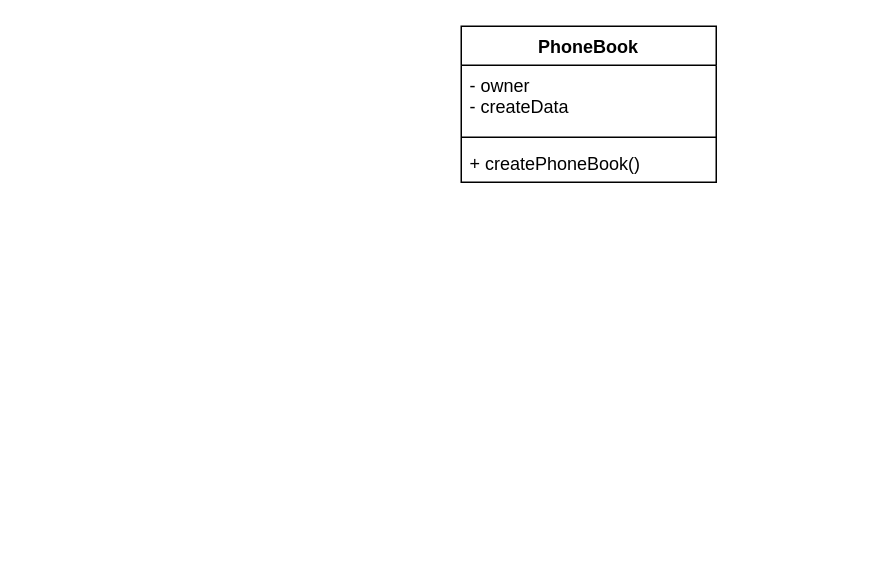
This is Untitled Diagram.drawio from 1067147135/draw, a draw.io file, before an edit. Source tidied: cells renumbered, new cells numbered last; positions are measured from the earlier drawing's top-left corner, leaving out a move shared by most shapes. Both pictures are drawn from the tidied source at 150%, with x=0, y=0 at pixel (460, 26).
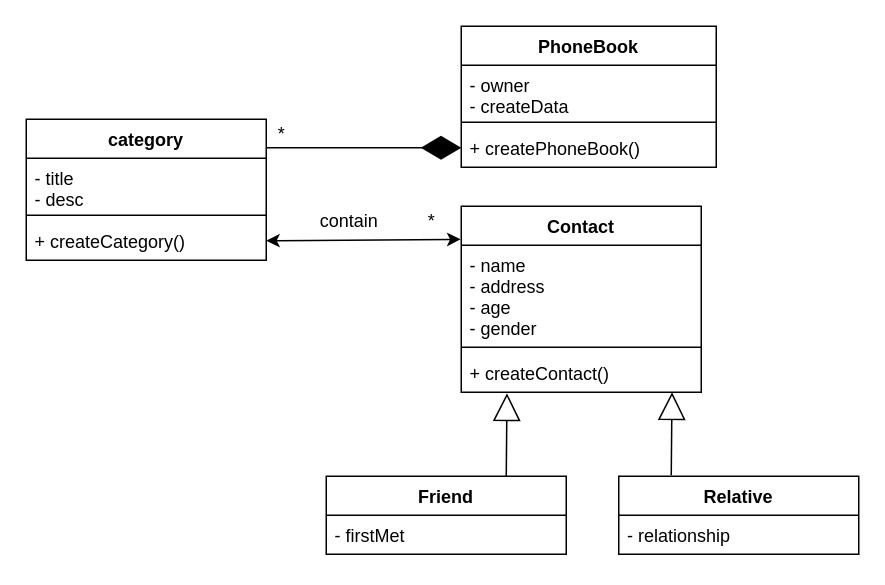
The same page after the edit.

Diff of the diagram source:
```diff
@@
     <mxCell id="2" value="PhoneBook" style="swimlane;fontStyle=1;align=center;verticalAlign=top;horizontal=1;startSize=26;" parent="1" vertex="1">
-      <mxGeometry width="170" height="104" as="geometry" />
+      <mxGeometry width="170" height="94" as="geometry" />
     </mxCell>
     <mxCell id="3" value="- owner&#10;- createData" style="text;strokeColor=none;fillColor=none;align=left;verticalAlign=top;spacingLeft=4;spacingRight=4;overflow=hidden;" parent="2" vertex="1">
-      <mxGeometry y="26" width="170" height="44" as="geometry" />
+      <mxGeometry y="26" width="170" height="34" as="geometry" />
     </mxCell>
     <mxCell id="4" style="line;strokeWidth=1;fillColor=none;align=left;verticalAlign=middle;spacingTop=-1;spacingLeft=3;spacingRight=3;labelPosition=right;" parent="2" vertex="1">
-      <mxGeometry y="70" width="170" height="8" as="geometry" />
+      <mxGeometry y="60" width="170" height="8" as="geometry" />
     </mxCell>
     <mxCell id="5" value="+ createPhoneBook()" style="text;strokeColor=none;fillColor=none;align=left;verticalAlign=top;spacingLeft=4;spacingRight=4;overflow=hidden;points=[[0,0.5],[1,0.5]];portConstraint=eastwest;" parent="2" vertex="1">
-      <mxGeometry y="78" width="170" height="26" as="geometry" />
+      <mxGeometry y="68" width="170" height="26" as="geometry" />
     </mxCell>
+    <mxCell id="6" value="category" style="swimlane;fontStyle=1;align=center;verticalAlign=top;horizontal=1;startSize=26;" parent="1" vertex="1">
+      <mxGeometry x="-290" y="62" width="160" height="94" as="geometry" />
+    </mxCell>
+    <mxCell id="7" value="- title&#10;- desc" style="text;strokeColor=none;fillColor=none;align=left;verticalAlign=top;spacingLeft=4;spacingRight=4;overflow=hidden;" parent="6" vertex="1">
+      <mxGeometry y="26" width="160" height="34" as="geometry" />
+    </mxCell>
+    <mxCell id="8" style="line;strokeWidth=1;fillColor=none;align=left;verticalAlign=middle;spacingTop=-1;spacingLeft=3;spacingRight=3;labelPosition=right;" parent="6" vertex="1">
+      <mxGeometry y="60" width="160" height="8" as="geometry" />
+    </mxCell>
+    <mxCell id="9" value="+ createCategory()" style="text;strokeColor=none;fillColor=none;align=left;verticalAlign=top;spacingLeft=4;spacingRight=4;overflow=hidden;points=[[0,0.5],[1,0.5]];portConstraint=eastwest;" parent="6" vertex="1">
+      <mxGeometry y="68" width="160" height="26" as="geometry" />
+    </mxCell>
+    <mxCell id="10" value="*" style="text;html=1;align=center;verticalAlign=middle;strokeColor=none;fillColor=none;" parent="1" vertex="1">
+      <mxGeometry x="-130" y="62" width="20" height="20" as="geometry" />
+    </mxCell>
+    <mxCell id="11" value="Contact" style="swimlane;fontStyle=1;align=center;verticalAlign=top;horizontal=1;startSize=26;" parent="1" vertex="1">
+      <mxGeometry y="120" width="160" height="124" as="geometry" />
+    </mxCell>
+    <mxCell id="12" value="- name&#10;- address&#10;- age&#10;- gender" style="text;strokeColor=none;fillColor=none;align=left;verticalAlign=top;spacingLeft=4;spacingRight=4;overflow=hidden;" parent="11" vertex="1">
+      <mxGeometry y="26" width="160" height="64" as="geometry" />
+    </mxCell>
+    <mxCell id="13" style="line;strokeWidth=1;fillColor=none;align=left;verticalAlign=middle;spacingTop=-1;spacingLeft=3;spacingRight=3;labelPosition=right;" parent="11" vertex="1">
+      <mxGeometry y="90" width="160" height="8" as="geometry" />
+    </mxCell>
+    <mxCell id="14" value="+ createContact()" style="text;strokeColor=none;fillColor=none;align=left;verticalAlign=top;spacingLeft=4;spacingRight=4;overflow=hidden;" parent="11" vertex="1">
+      <mxGeometry y="98" width="160" height="26" as="geometry" />
+    </mxCell>
+    <mxCell id="15" style="endArrow=diamondThin;endFill=1;endSize=24;html=1;rounded=0;entryX=0;entryY=0.5;entryDx=0;entryDy=0;" parent="1" edge="1" target="5">
+      <mxGeometry relative="1" as="geometry">
+        <mxPoint x="-130" y="81" as="sourcePoint" />
+      </mxGeometry>
+    </mxCell>
+    <mxCell id="16" style="endArrow=classic;startArrow=classic;html=1;rounded=0;exitX=1;exitY=0.5;exitDx=0;exitDy=0;entryX=-0.003;entryY=0.178;entryDx=0;entryDy=0;entryPerimeter=0;" parent="1" edge="1" source="9" target="11">
+      <mxGeometry relative="1" as="geometry" />
+    </mxCell>
+    <mxCell id="17" value="*" style="text;html=1;align=center;verticalAlign=middle;strokeColor=none;fillColor=none;" parent="1" vertex="1">
+      <mxGeometry x="-30" y="120" width="20" height="20" as="geometry" />
+    </mxCell>
+    <mxCell id="18" value="contain" style="text;html=1;align=center;verticalAlign=middle;strokeColor=none;fillColor=none;" parent="1" vertex="1">
+      <mxGeometry x="-100" y="120" width="50" height="20" as="geometry" />
+    </mxCell>
+    <mxCell id="19" value="Friend" style="swimlane;fontStyle=1;align=center;verticalAlign=top;horizontal=1;startSize=26;" parent="1" vertex="1">
+      <mxGeometry x="-90" y="300" width="160" height="52" as="geometry" />
+    </mxCell>
+    <mxCell id="20" value="- firstMet" style="text;strokeColor=none;fillColor=none;align=left;verticalAlign=top;spacingLeft=4;spacingRight=4;overflow=hidden;" parent="19" vertex="1">
+      <mxGeometry y="26" width="160" height="26" as="geometry" />
+    </mxCell>
+    <mxCell id="21" value="Relative" style="swimlane;fontStyle=1;align=center;verticalAlign=top;horizontal=1;startSize=26;" parent="1" vertex="1">
+      <mxGeometry x="105" y="300" width="160" height="52" as="geometry" />
+    </mxCell>
+    <mxCell id="22" value="- relationship" style="text;strokeColor=none;fillColor=none;align=left;verticalAlign=top;spacingLeft=4;spacingRight=4;overflow=hidden;" parent="21" vertex="1">
+      <mxGeometry y="26" width="160" height="26" as="geometry" />
+    </mxCell>
+    <mxCell id="23" style="endArrow=block;endSize=16;endFill=0;html=1;rounded=0;exitX=0.75;exitY=0;exitDx=0;exitDy=0;entryX=0.097;entryY=1.027;entryDx=0;entryDy=0;entryPerimeter=0;" parent="1" edge="1" source="19">
+      <mxGeometry relative="1" as="geometry">
+        <mxPoint x="30.5" y="244.7" as="targetPoint" />
+      </mxGeometry>
+    </mxCell>
+    <mxCell id="24" style="endArrow=block;endSize=16;endFill=0;html=1;rounded=0;exitX=0.75;exitY=0;exitDx=0;exitDy=0;entryX=0.097;entryY=1.027;entryDx=0;entryDy=0;entryPerimeter=0;" parent="1" edge="1">
+      <mxGeometry relative="1" as="geometry">
+        <mxPoint x="140" y="299.3" as="sourcePoint" />
+        <mxPoint x="140.5" y="244" as="targetPoint" />
+      </mxGeometry>
+    </mxCell>
```
